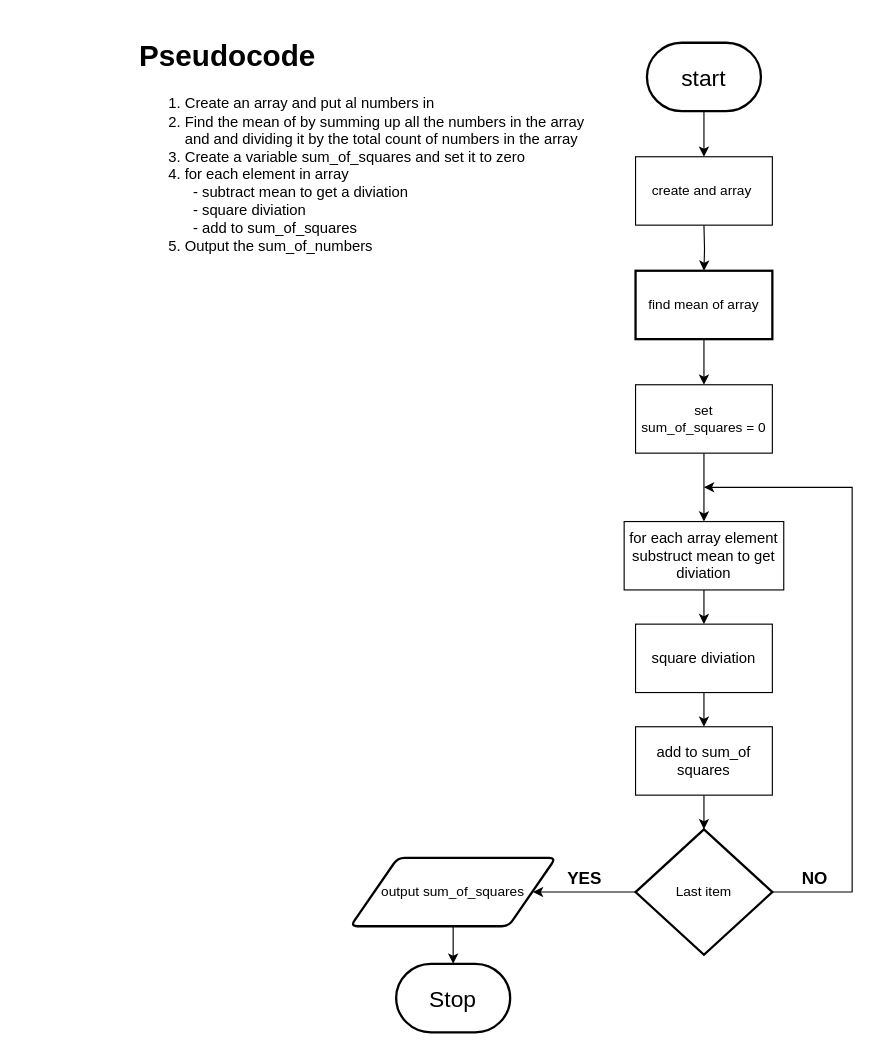
This is Untitled Diagram.drawio from griffin919/flowcharts, a draw.io file, before an edit. Source tidied: cells renumbered, new cells numbered last; positions are measured from the earlier drawing's top-left corner, leaving out a move shared by most shapes. Both pictures are drawn from the tidied source at 114%, with x=0, y=0 at pixel (133, 31).
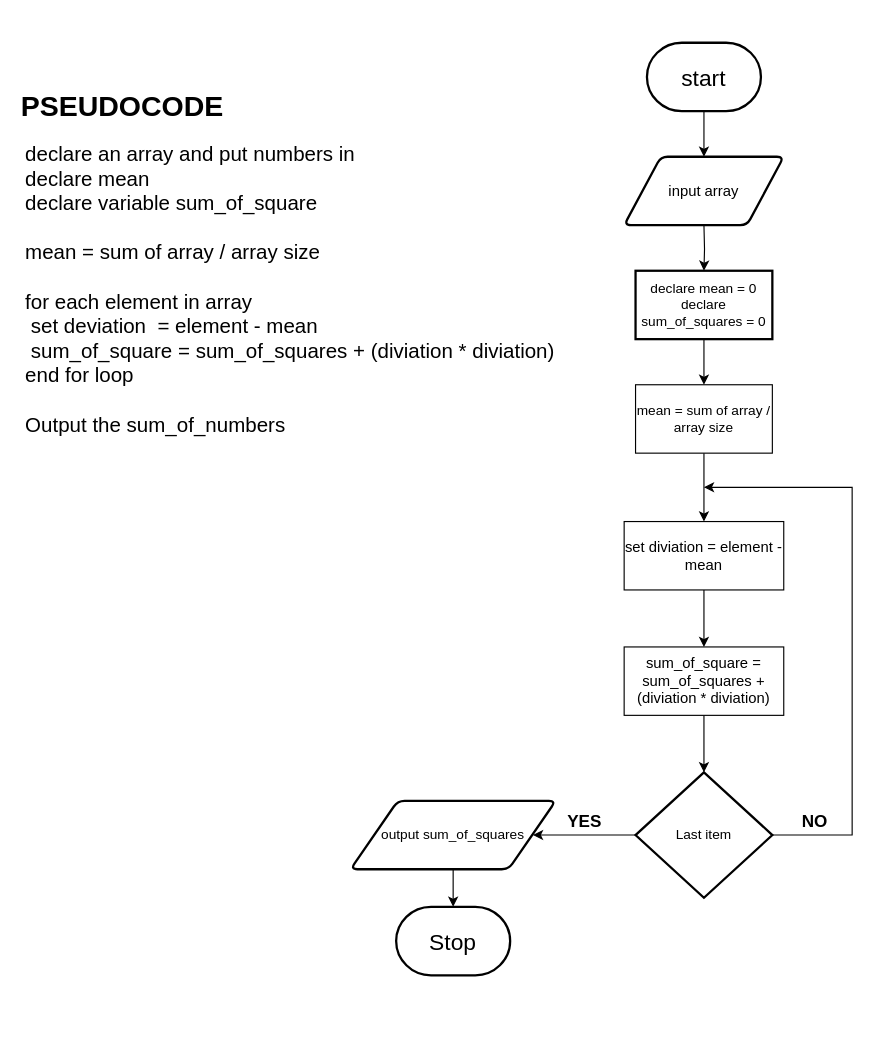
The same page after the edit.

What changed in the source:
```diff
@@
-    <mxCell id="6" value="find mean of array" style="whiteSpace=wrap;html=1;strokeWidth=2;" parent="1" vertex="1">
+    <mxCell id="6" value="declare mean = 0&lt;br&gt;declare sum_of_squares = 0" style="whiteSpace=wrap;html=1;strokeWidth=2;" parent="1" vertex="1">
       <mxGeometry x="440" y="210" width="120" height="60" as="geometry" />
     </mxCell>
     <mxCell id="7" style="edgeStyle=orthogonalEdgeStyle;rounded=0;jettySize=auto;html=1;fontSize=20;" parent="1" edge="1" source="9">
       <mxGeometry relative="1" as="geometry">
         <mxPoint x="500" y="400" as="targetPoint" />
         <Array as="points">
-          <mxPoint x="630" y="755" />
+          <mxPoint x="630" y="705" />
           <mxPoint x="630" y="400" />
         </Array>
       </mxGeometry>
     </mxCell>
     <mxCell id="8" style="edgeStyle=orthogonalEdgeStyle;rounded=0;jettySize=auto;html=1;fontSize=13;" parent="1" edge="1" source="9">
       <mxGeometry relative="1" as="geometry">
-        <mxPoint x="350" y="755" as="targetPoint" />
+        <mxPoint x="350" y="705" as="targetPoint" />
       </mxGeometry>
     </mxCell>
     <mxCell id="9" value="Last item" style="rhombus;whiteSpace=wrap;html=1;strokeWidth=2;" parent="1" vertex="1">
-      <mxGeometry x="440" y="700" width="120" height="110" as="geometry" />
+      <mxGeometry x="440" y="650" width="120" height="110" as="geometry" />
     </mxCell>
     <mxCell id="10" value="Stop" style="strokeWidth=2;html=1;shape=mxgraph.flowchart.terminator;whiteSpace=wrap;fontSize=20;" parent="1" vertex="1">
-      <mxGeometry x="230" y="818" width="100" height="60" as="geometry" />
+      <mxGeometry x="230" y="768" width="100" height="60" as="geometry" />
     </mxCell>
     <mxCell id="11" value="&lt;span style=&quot;font-size: 15px;&quot;&gt;&lt;b&gt;NO&lt;/b&gt;&lt;/span&gt;" style="text;html=1;align=center;verticalAlign=middle;strokeColor=none;fillColor=none;fontSize=20;" parent="1" vertex="1">
-      <mxGeometry x="572" y="720" width="50" height="40" as="geometry" />
+      <mxGeometry x="572" y="670" width="50" height="40" as="geometry" />
     </mxCell>
-    <mxCell id="12" value="create and array&amp;nbsp;" style="rounded=0;whiteSpace=wrap;html=1;fontSize=12;" parent="1" vertex="1">
-      <mxGeometry x="440" y="110" width="120" height="60" as="geometry" />
-    </mxCell>
@@
-    <mxCell id="14" value="set&lt;br style=&quot;border-color: var(--border-color);&quot;&gt;sum_of_squares = 0" style="rounded=0;whiteSpace=wrap;html=1;fontSize=12;" parent="1" vertex="1">
+    <mxCell id="14" value="mean = sum of array / array size" style="rounded=0;whiteSpace=wrap;html=1;fontSize=12;" parent="1" vertex="1">
       <mxGeometry x="440" y="310" width="120" height="60" as="geometry" />
     </mxCell>
@@
     <mxCell id="16" value="output sum_of_squares" style="shape=parallelogram;html=1;strokeWidth=2;perimeter=parallelogramPerimeter;whiteSpace=wrap;rounded=1;arcSize=12;size=0.23;fontSize=12;" parent="1" vertex="1">
-      <mxGeometry x="190" y="725" width="180" height="60" as="geometry" />
+      <mxGeometry x="190" y="675" width="180" height="60" as="geometry" />
     </mxCell>
-    <mxCell id="17" value="&lt;h1&gt;Pseudocode&lt;/h1&gt;&lt;p&gt;&lt;/p&gt;&lt;ol&gt;&lt;li&gt;Create an array and put al numbers in&lt;br&gt;&lt;/li&gt;&lt;li&gt;Find the mean of by summing up all the numbers in the array and and dividing it by the total count of numbers in the array&lt;br&gt;&lt;/li&gt;&lt;li&gt;Create a variable sum_of_squares and set it to zero&lt;/li&gt;&lt;li&gt;for each element in array&lt;br style=&quot;border-color: var(--border-color);&quot;&gt;&amp;nbsp; - subtract mean to get a diviation&lt;br style=&quot;border-color: var(--border-color);&quot;&gt;&amp;nbsp; - square diviation&lt;br style=&quot;border-color: var(--border-color);&quot;&gt;&amp;nbsp; - add to sum_of_squares&lt;br&gt;&lt;/li&gt;&lt;li&gt;Output the sum_of_numbers&lt;/li&gt;&lt;/ol&gt;&lt;p&gt;&lt;/p&gt;" style="text;html=1;strokeColor=none;fillColor=none;spacing=5;spacingTop=-20;whiteSpace=wrap;overflow=hidden;rounded=0;fontSize=13;" parent="1" vertex="1">
-      <mxGeometry width="400" height="280" as="geometry" />
+    <mxCell id="17" value="&lt;p style=&quot;font-size: 18px;&quot;&gt;&lt;/p&gt;&lt;span style=&quot;background-color: initial; font-size: 18px;&quot;&gt;declare an array and put numbers in&lt;/span&gt;&lt;br style=&quot;font-size: 18px;&quot;&gt;&lt;span style=&quot;background-color: initial; font-size: 18px;&quot;&gt;declare mean&lt;br style=&quot;font-size: 18px;&quot;&gt;declare variable sum_of_square&lt;br style=&quot;font-size: 18px;&quot;&gt;&lt;br style=&quot;font-size: 18px;&quot;&gt;mean = sum of array / array size&lt;br style=&quot;font-size: 18px;&quot;&gt;&lt;/span&gt;&lt;br style=&quot;font-size: 18px;&quot;&gt;&lt;span style=&quot;background-color: initial; font-size: 18px;&quot;&gt;for each element in array&lt;span style=&quot;white-space: pre; font-size: 18px;&quot;&gt; &lt;br style=&quot;font-size: 18px;&quot;&gt;&lt;/span&gt;&lt;span style=&quot;white-space: pre; font-size: 18px;&quot;&gt; &lt;/span&gt;set deviation&amp;nbsp; = element - mean&lt;br style=&quot;font-size: 18px;&quot;&gt;&lt;span style=&quot;white-space: pre; font-size: 18px;&quot;&gt; &lt;/span&gt;sum_of_square = sum_of_squares + (diviation * diviation)&lt;br style=&quot;font-size: 18px;&quot;&gt;end for loop&lt;br style=&quot;font-size: 18px;&quot;&gt;&lt;br style=&quot;font-size: 18px;&quot;&gt;&lt;/span&gt;&lt;span style=&quot;background-color: initial; font-size: 18px;&quot;&gt;Output the sum_of_numbers&lt;/span&gt;&lt;br style=&quot;font-size: 18px;&quot;&gt;&lt;p style=&quot;font-size: 18px;&quot;&gt;&lt;/p&gt;" style="text;html=1;strokeColor=none;fillColor=none;spacing=5;spacingTop=-20;whiteSpace=wrap;overflow=hidden;rounded=0;fontSize=18;" parent="1" vertex="1">
+      <mxGeometry x="-100" y="90" width="520" height="290" as="geometry" />
     </mxCell>
@@
-    <mxCell id="19" value="for each array element substruct mean to get diviation" style="rounded=0;whiteSpace=wrap;html=1;fontSize=13;" parent="1" vertex="1">
+    <mxCell id="19" value="set diviation = element - mean" style="rounded=0;whiteSpace=wrap;html=1;fontSize=13;" parent="1" vertex="1">
       <mxGeometry x="430" y="430" width="140" height="60" as="geometry" />
     </mxCell>
-    <mxCell id="20" style="edgeStyle=orthogonalEdgeStyle;rounded=0;jettySize=auto;html=1;fontSize=13;" parent="1" edge="1" source="21" target="23">
-      <mxGeometry relative="1" as="geometry" />
-    </mxCell>
+    <mxCell id="25" style="edgeStyle=orthogonalEdgeStyle;rounded=0;jettySize=auto;html=1;fontSize=18;" parent="1" edge="1" source="21" target="9">
+      <mxGeometry relative="1" as="geometry" />
+    </mxCell>
-    <mxCell id="21" value="square diviation" style="rounded=0;whiteSpace=wrap;html=1;fontSize=13;" parent="1" vertex="1">
-      <mxGeometry x="440" y="520" width="120" height="60" as="geometry" />
+    <mxCell id="21" value="sum_of_square = sum_of_squares + (diviation * diviation)" style="rounded=0;whiteSpace=wrap;html=1;fontSize=13;" parent="1" vertex="1">
+      <mxGeometry x="430" y="540" width="140" height="60" as="geometry" />
     </mxCell>
-    <mxCell id="22" style="edgeStyle=orthogonalEdgeStyle;rounded=0;jettySize=auto;html=1;fontSize=13;" parent="1" edge="1" source="23" target="9">
-      <mxGeometry relative="1" as="geometry" />
-    </mxCell>
-    <mxCell id="23" value="add to sum_of squares" style="rounded=0;whiteSpace=wrap;html=1;fontSize=13;" parent="1" vertex="1">
-      <mxGeometry x="440" y="610" width="120" height="60" as="geometry" />
-    </mxCell>
     <mxCell id="24" value="&lt;font style=&quot;font-size: 15px;&quot;&gt;&lt;b&gt;YES&lt;/b&gt;&lt;/font&gt;" style="text;html=1;align=center;verticalAlign=middle;strokeColor=none;fillColor=none;fontSize=20;" parent="1" vertex="1">
-      <mxGeometry x="370" y="720" width="50" height="40" as="geometry" />
+      <mxGeometry x="370" y="670" width="50" height="40" as="geometry" />
     </mxCell>
+    <mxCell id="26" value="input array" style="shape=parallelogram;html=1;strokeWidth=2;perimeter=parallelogramPerimeter;whiteSpace=wrap;rounded=1;arcSize=12;size=0.23;fontSize=13;" parent="1" vertex="1">
+      <mxGeometry x="430" y="110" width="140" height="60" as="geometry" />
+    </mxCell>
+    <mxCell id="27" value="PSEUDOCODE" style="text;html=1;strokeColor=none;fillColor=none;align=center;verticalAlign=middle;whiteSpace=wrap;rounded=0;fontSize=25;fontStyle=1;" parent="1" vertex="1">
+      <mxGeometry x="-40" y="50" width="60" height="30" as="geometry" />
+    </mxCell>
```
